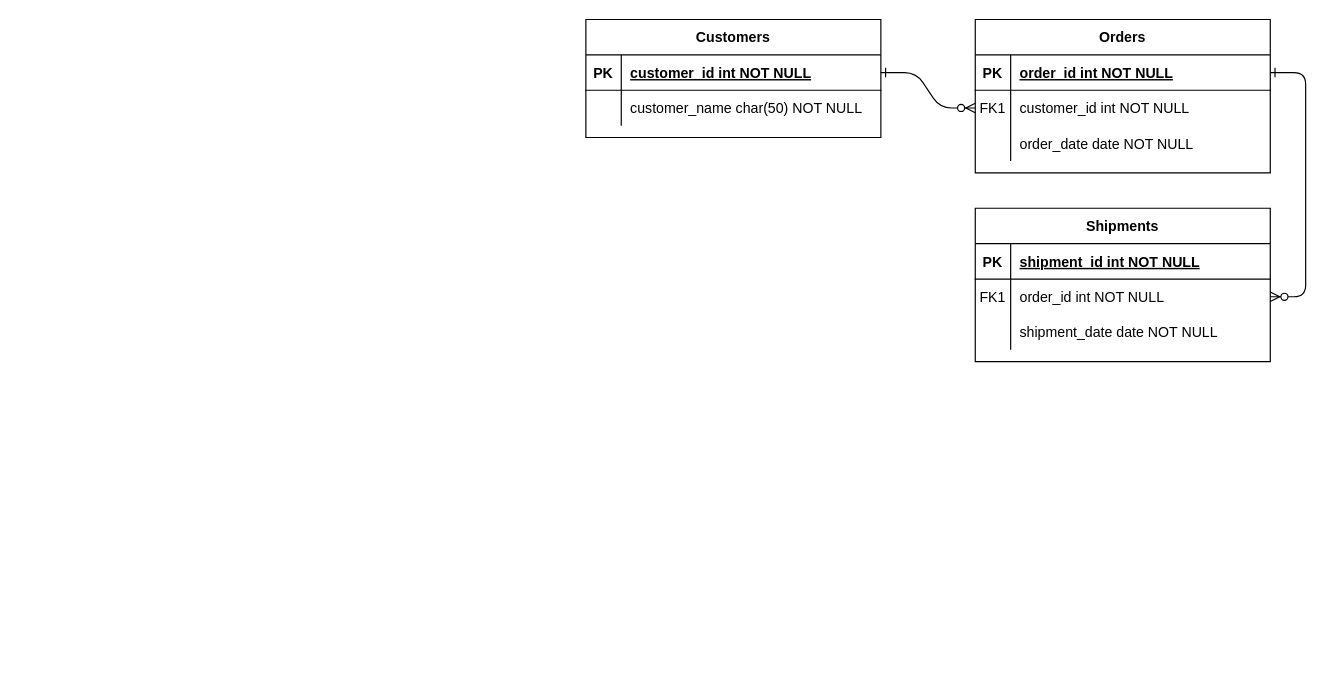
This is Untitled Diagram.drawio from Bhuwan-web/ToDO-list, a draw.io file, before an edit. Source tidied: cells renumbered, new cells numbered last; positions are measured from the earlier drawing's top-left corner, leaving out a move shared by most shapes. Both pictures are drawn from the tidied source at 118%, with x=0, y=0 at pixel (585, 19).
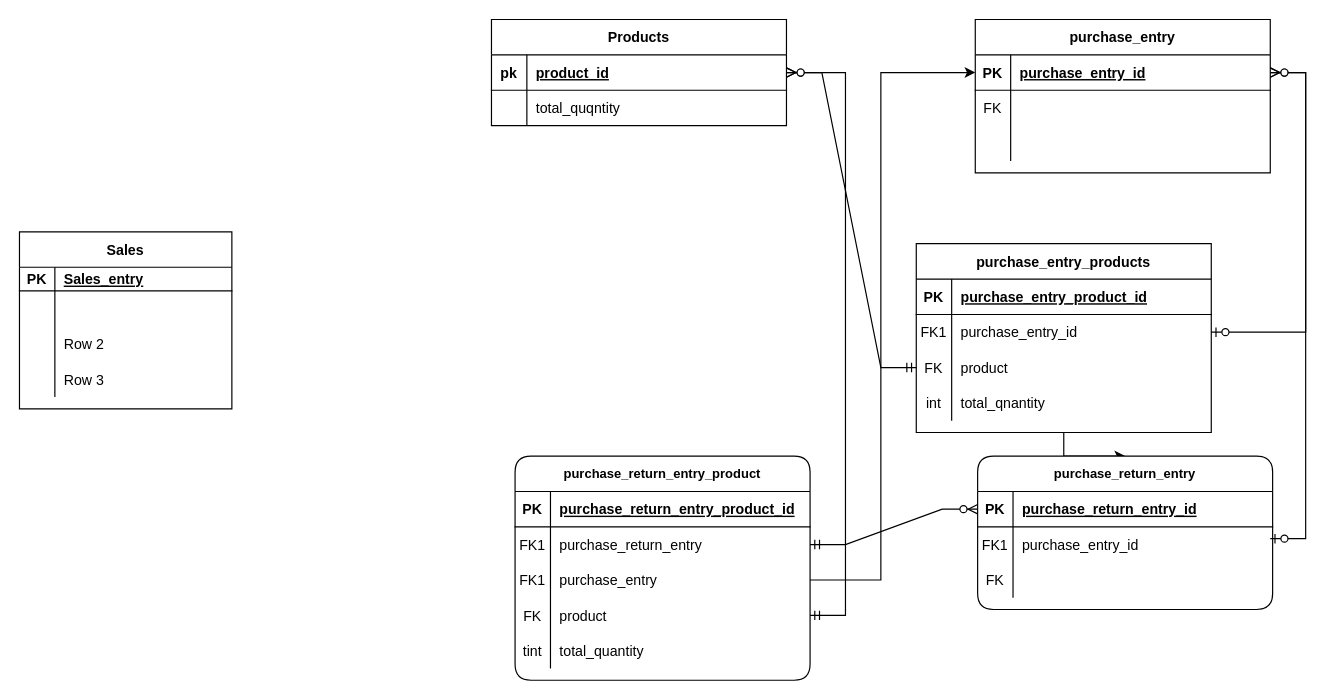
After the change.

Unchanged cells that the change refers to:
```xml
<mxCell id="5" style="shape=partialRectangle;fillColor=none;points=[[0,0.5],[1,0.5]];portConstraint=eastwest;top=0;left=0;right=0;bottom=1;" parent="4" vertex="1">
  <mxGeometry y="30" width="250" height="30" as="geometry" />
</mxCell>
<mxCell id="8" style="shape=partialRectangle;fillColor=none;points=[[0,0.5],[1,0.5]];portConstraint=eastwest;top=0;left=0;right=0;bottom=0;" parent="4" vertex="1">
  <mxGeometry y="60" width="250" height="30" as="geometry" />
</mxCell>
<mxCell id="11" style="shape=partialRectangle;fillColor=none;top=0;left=0;right=0;bottom=0;" parent="4" vertex="1">
  <mxGeometry y="90" width="250" height="30" as="geometry" />
</mxCell>
<mxCell id="15" style="shape=partialRectangle;fillColor=none;top=0;left=0;right=0;bottom=1;" parent="14" vertex="1">
  <mxGeometry y="30" width="250" height="30" as="geometry" />
</mxCell>
<mxCell id="18" style="shape=partialRectangle;fillColor=none;points=[[0,0.5],[1,0.5]];portConstraint=eastwest;top=0;left=0;right=0;bottom=0;" parent="14" vertex="1">
  <mxGeometry y="60" width="250" height="30" as="geometry" />
</mxCell>
<mxCell id="21" style="shape=partialRectangle;fillColor=none;points=[[0,0.5],[1,0.5]];portConstraint=eastwest;top=0;left=0;right=0;bottom=0;" parent="14" vertex="1">
  <mxGeometry y="90" width="250" height="30" as="geometry" />
</mxCell>
<mxCell id="25" style="shape=partialRectangle;fillColor=none;points=[[0,0.5],[1,0.5]];portConstraint=eastwest;top=0;left=0;right=0;bottom=1;" parent="24" vertex="1">
  <mxGeometry y="30" width="250" height="30" as="geometry" />
</mxCell>
<mxCell id="28" style="shape=partialRectangle;fillColor=none;top=0;left=0;right=0;bottom=0;" parent="24" vertex="1">
  <mxGeometry y="60" width="250" height="30" as="geometry" />
</mxCell>
```

Diff of the diagram source:
```diff
@@
-    <mxCell id="2" style="edgeStyle=entityRelationEdgeStyle;endArrow=ERzeroToMany;startArrow=ERone;endFill=1;startFill=0;" parent="1" edge="1" source="25" target="8">
-      <mxGeometry relative="1" as="geometry" />
-    </mxCell>
-    <mxCell id="3" style="edgeStyle=entityRelationEdgeStyle;endArrow=ERzeroToMany;startArrow=ERone;endFill=1;startFill=0;" parent="1" edge="1" source="5" target="18">
-      <mxGeometry relative="1" as="geometry" />
-    </mxCell>
-    <mxCell id="4" value="Orders" style="shape=table;startSize=30;childLayout=tableLayout;rowLines=0;fontStyle=1;align=center;" parent="1" vertex="1">
+    <mxCell id="4" value="purchase_entry" style="shape=table;startSize=30;childLayout=tableLayout;rowLines=0;fontStyle=1;align=center;fillColor=none;" parent="1" vertex="1">
       <mxGeometry x="330" width="250" height="130" as="geometry" />
     </mxCell>
@@
-    <mxCell id="7" value="order_id int NOT NULL " style="shape=partialRectangle;overflow=hidden;fillColor=none;top=0;left=0;bottom=0;right=0;align=left;spacingLeft=6;fontStyle=5;" parent="5" vertex="1">
+    <mxCell id="7" value="purchase_entry_id" style="shape=partialRectangle;overflow=hidden;fillColor=none;top=0;left=0;bottom=0;right=0;align=left;spacingLeft=6;fontStyle=5;" parent="5" vertex="1">
       <mxGeometry x="30" width="220" height="30" as="geometry" />
     </mxCell>
@@
-    <mxCell id="9" value="FK1" style="shape=partialRectangle;overflow=hidden;fillColor=none;top=0;left=0;bottom=0;right=0;" parent="8" vertex="1">
+    <mxCell id="9" value="FK" style="shape=partialRectangle;overflow=hidden;fillColor=none;top=0;left=0;bottom=0;right=0;" parent="8" vertex="1">
       <mxGeometry width="30" height="30" as="geometry" />
     </mxCell>
-    <mxCell id="10" value="customer_id int NOT NULL" style="shape=partialRectangle;overflow=hidden;fillColor=none;top=0;left=0;bottom=0;right=0;align=left;spacingLeft=6;" parent="8" vertex="1">
+    <mxCell id="10" style="shape=partialRectangle;overflow=hidden;fillColor=none;top=0;left=0;bottom=0;right=0;align=left;spacingLeft=6;" parent="8" vertex="1">
       <mxGeometry x="30" width="220" height="30" as="geometry" />
     </mxCell>
@@
-    <mxCell id="13" value="order_date date NOT NULL" style="shape=partialRectangle;overflow=hidden;fillColor=none;top=0;left=0;bottom=0;right=0;align=left;spacingLeft=6;" parent="11" vertex="1">
+    <mxCell id="13" style="shape=partialRectangle;overflow=hidden;fillColor=none;top=0;left=0;bottom=0;right=0;align=left;spacingLeft=6;" parent="11" vertex="1">
       <mxGeometry x="30" width="220" height="30" as="geometry" />
     </mxCell>
+    <mxCell id="31" style="edgeStyle=orthogonalEdgeStyle;rounded=0;jettySize=auto;html=1;" parent="1" edge="1" source="14" target="35">
+      <mxGeometry relative="1" as="geometry" />
+    </mxCell>
-    <mxCell id="14" value="Shipments" style="shape=table;startSize=30;childLayout=tableLayout;rowLines=0;fontStyle=1;align=center;" parent="1" vertex="1">
-      <mxGeometry x="330" y="160" width="250" height="130" as="geometry" />
+    <mxCell id="14" value="purchase_entry_products" style="shape=table;startSize=30;childLayout=tableLayout;rowLines=0;fontStyle=1;align=center;" parent="1" vertex="1">
+      <mxGeometry x="280" y="190" width="250" height="160" as="geometry" />
     </mxCell>
@@
-    <mxCell id="17" value="shipment_id int NOT NULL " style="shape=partialRectangle;overflow=hidden;fillColor=none;top=0;left=0;bottom=0;right=0;align=left;spacingLeft=6;fontStyle=5;" parent="15" vertex="1">
+    <mxCell id="17" value="purchase_entry_product_id" style="shape=partialRectangle;overflow=hidden;fillColor=none;top=0;left=0;bottom=0;right=0;align=left;spacingLeft=6;fontStyle=5;" parent="15" vertex="1">
       <mxGeometry x="30" width="220" height="30" as="geometry" />
     </mxCell>
@@
-    <mxCell id="20" value="order_id int NOT NULL" style="shape=partialRectangle;overflow=hidden;fillColor=none;top=0;left=0;bottom=0;right=0;align=left;spacingLeft=6;" parent="18" vertex="1">
+    <mxCell id="20" value="purchase_entry_id" style="shape=partialRectangle;overflow=hidden;fillColor=none;top=0;left=0;bottom=0;right=0;align=left;spacingLeft=6;" parent="18" vertex="1">
       <mxGeometry x="30" width="220" height="30" as="geometry" />
     </mxCell>
@@
-    <mxCell id="22" style="shape=partialRectangle;overflow=hidden;fillColor=none;top=0;left=0;bottom=0;right=0;" parent="21" vertex="1">
+    <mxCell id="22" value="FK" style="shape=partialRectangle;overflow=hidden;fillColor=none;top=0;left=0;bottom=0;right=0;" parent="21" vertex="1">
       <mxGeometry width="30" height="30" as="geometry" />
     </mxCell>
-    <mxCell id="23" value="shipment_date date NOT NULL" style="shape=partialRectangle;overflow=hidden;fillColor=none;top=0;left=0;bottom=0;right=0;align=left;spacingLeft=6;" parent="21" vertex="1">
+    <mxCell id="23" value="product" style="shape=partialRectangle;overflow=hidden;fillColor=none;top=0;left=0;bottom=0;right=0;align=left;spacingLeft=6;" parent="21" vertex="1">
       <mxGeometry x="30" width="220" height="30" as="geometry" />
     </mxCell>
+    <mxCell id="32" style="shape=partialRectangle;fillColor=none;top=0;left=0;right=0;bottom=0;" parent="14" vertex="1">
+      <mxGeometry y="120" width="250" height="30" as="geometry" />
+    </mxCell>
+    <mxCell id="33" value="int" style="shape=partialRectangle;overflow=hidden;fillColor=none;top=0;left=0;bottom=0;right=0;" parent="32" vertex="1">
+      <mxGeometry width="30" height="30" as="geometry" />
+    </mxCell>
+    <mxCell id="34" value="total_qnantity" style="shape=partialRectangle;overflow=hidden;fillColor=none;top=0;left=0;bottom=0;right=0;align=left;spacingLeft=6;" parent="32" vertex="1">
+      <mxGeometry x="30" width="220" height="30" as="geometry" />
+    </mxCell>
-    <mxCell id="24" value="Customers" style="shape=table;startSize=30;childLayout=tableLayout;rowLines=0;fontStyle=1;align=center;" parent="1" vertex="1">
-      <mxGeometry width="250" height="100" as="geometry" />
+    <mxCell id="24" value="Products" style="shape=table;startSize=30;childLayout=tableLayout;rowLines=0;fontStyle=1;align=center;" parent="1" vertex="1">
+      <mxGeometry x="-80" width="250" height="90" as="geometry" />
     </mxCell>
@@
-    <mxCell id="26" value="PK" style="shape=partialRectangle;overflow=hidden;fillColor=none;top=0;left=0;bottom=0;right=0;fontStyle=1;" parent="25" vertex="1">
+    <mxCell id="26" value="pk" style="shape=partialRectangle;overflow=hidden;fillColor=none;top=0;left=0;bottom=0;right=0;fontStyle=1;" parent="25" vertex="1">
       <mxGeometry width="30" height="30" as="geometry" />
     </mxCell>
-    <mxCell id="27" value="customer_id int NOT NULL " style="shape=partialRectangle;overflow=hidden;fillColor=none;top=0;left=0;bottom=0;right=0;align=left;spacingLeft=6;fontStyle=5;" parent="25" vertex="1">
+    <mxCell id="27" value="product_id" style="shape=partialRectangle;overflow=hidden;fillColor=none;top=0;left=0;bottom=0;right=0;align=left;spacingLeft=6;fontStyle=5;" parent="25" vertex="1">
       <mxGeometry x="30" width="220" height="30" as="geometry" />
     </mxCell>
@@
-    <mxCell id="30" value="customer_name char(50) NOT NULL" style="shape=partialRectangle;overflow=hidden;fillColor=none;top=0;left=0;bottom=0;right=0;align=left;spacingLeft=6;" parent="28" vertex="1">
+    <mxCell id="30" value="total_quqntity" style="shape=partialRectangle;overflow=hidden;fillColor=none;top=0;left=0;bottom=0;right=0;align=left;spacingLeft=6;" parent="28" vertex="1">
       <mxGeometry x="30" width="220" height="30" as="geometry" />
     </mxCell>
+    <mxCell id="35" value="purchase_return_entry" style="shape=table;startSize=30;childLayout=tableLayout;rowLines=0;fontStyle=1;align=center;labelBackgroundColor=default;endArrow=ERzeroToMany;fontSize=11;rounded=1;startArrow=ERone;endFill=1;startFill=0;" parent="1" vertex="1">
+      <mxGeometry x="332" y="370" width="250" height="130" as="geometry" />
+    </mxCell>
+    <mxCell id="36" style="shape=partialRectangle;fillColor=none;points=[[0,0.5],[1,0.5]];portConstraint=eastwest;top=0;left=0;right=0;bottom=1;" parent="35" vertex="1">
+      <mxGeometry y="30" width="250" height="30" as="geometry" />
+    </mxCell>
+    <mxCell id="37" value="PK" style="shape=partialRectangle;overflow=hidden;fillColor=none;top=0;left=0;bottom=0;right=0;fontStyle=1;" parent="36" vertex="1">
+      <mxGeometry width="30" height="30" as="geometry" />
+    </mxCell>
+    <mxCell id="38" value="purchase_return_entry_id" style="shape=partialRectangle;overflow=hidden;fillColor=none;top=0;left=0;bottom=0;right=0;align=left;spacingLeft=6;fontStyle=5;" parent="36" vertex="1">
+      <mxGeometry x="30" width="220" height="30" as="geometry" />
+    </mxCell>
+    <mxCell id="39" style="shape=partialRectangle;fillColor=none;top=0;left=0;right=0;bottom=0;" parent="35" vertex="1">
+      <mxGeometry y="60" width="250" height="30" as="geometry" />
+    </mxCell>
+    <mxCell id="40" value="FK1" style="shape=partialRectangle;overflow=hidden;fillColor=none;top=0;left=0;bottom=0;right=0;" parent="39" vertex="1">
+      <mxGeometry width="30" height="30" as="geometry" />
+    </mxCell>
+    <mxCell id="41" value="purchase_entry_id" style="shape=partialRectangle;overflow=hidden;fillColor=none;top=0;left=0;bottom=0;right=0;align=left;spacingLeft=6;" parent="39" vertex="1">
+      <mxGeometry x="30" width="220" height="30" as="geometry" />
+    </mxCell>
+    <mxCell id="42" style="shape=partialRectangle;fillColor=none;top=0;left=0;right=0;bottom=0;" parent="35" vertex="1">
+      <mxGeometry y="90" width="250" height="30" as="geometry" />
+    </mxCell>
+    <mxCell id="43" value="FK" style="shape=partialRectangle;overflow=hidden;fillColor=none;top=0;left=0;bottom=0;right=0;" parent="42" vertex="1">
+      <mxGeometry width="30" height="30" as="geometry" />
+    </mxCell>
+    <mxCell id="44" style="shape=partialRectangle;overflow=hidden;fillColor=none;top=0;left=0;bottom=0;right=0;align=left;spacingLeft=6;" parent="42" vertex="1">
+      <mxGeometry x="30" width="220" height="30" as="geometry" />
+    </mxCell>
+    <mxCell id="45" value="purchase_return_entry_product" style="shape=table;startSize=30;childLayout=tableLayout;rowLines=0;fontStyle=1;align=center;labelBackgroundColor=default;endArrow=ERzeroToMany;fontSize=11;rounded=1;startArrow=ERone;endFill=1;startFill=0;" parent="1" vertex="1">
+      <mxGeometry x="-60" y="370" width="250" height="190" as="geometry" />
+    </mxCell>
+    <mxCell id="46" style="shape=partialRectangle;fillColor=none;top=0;left=0;right=0;bottom=1;" parent="45" vertex="1">
+      <mxGeometry y="30" width="250" height="30" as="geometry" />
+    </mxCell>
+    <mxCell id="47" value="PK" style="shape=partialRectangle;overflow=hidden;fillColor=none;top=0;left=0;bottom=0;right=0;fontStyle=1;" parent="46" vertex="1">
+      <mxGeometry width="30" height="30" as="geometry" />
+    </mxCell>
+    <mxCell id="48" value="purchase_return_entry_product_id" style="shape=partialRectangle;overflow=hidden;fillColor=none;top=0;left=0;bottom=0;right=0;align=left;spacingLeft=6;fontStyle=5;" parent="46" vertex="1">
+      <mxGeometry x="30" width="220" height="30" as="geometry" />
+    </mxCell>
+    <mxCell id="49" style="shape=partialRectangle;fillColor=none;points=[[0,0.5],[1,0.5]];portConstraint=eastwest;top=0;left=0;right=0;bottom=0;" parent="45" vertex="1">
+      <mxGeometry y="60" width="250" height="30" as="geometry" />
+    </mxCell>
+    <mxCell id="50" value="FK1" style="shape=partialRectangle;overflow=hidden;fillColor=none;top=0;left=0;bottom=0;right=0;" parent="49" vertex="1">
+      <mxGeometry width="30" height="30" as="geometry" />
+    </mxCell>
+    <mxCell id="51" value="purchase_return_entry" style="shape=partialRectangle;overflow=hidden;fillColor=none;top=0;left=0;bottom=0;right=0;align=left;spacingLeft=6;" parent="49" vertex="1">
+      <mxGeometry x="30" width="220" height="30" as="geometry" />
+    </mxCell>
+    <mxCell id="52" style="shape=partialRectangle;fillColor=none;points=[[0,0.5],[1,0.5]];portConstraint=eastwest;top=0;left=0;right=0;bottom=0;" parent="45" vertex="1">
+      <mxGeometry y="90" width="250" height="30" as="geometry" />
+    </mxCell>
+    <mxCell id="53" value="FK1" style="shape=partialRectangle;overflow=hidden;fillColor=none;top=0;left=0;bottom=0;right=0;" parent="52" vertex="1">
+      <mxGeometry width="30" height="30" as="geometry" />
+    </mxCell>
+    <mxCell id="54" value="purchase_entry" style="shape=partialRectangle;overflow=hidden;fillColor=none;top=0;left=0;bottom=0;right=0;align=left;spacingLeft=6;" parent="52" vertex="1">
+      <mxGeometry x="30" width="220" height="30" as="geometry" />
+    </mxCell>
+    <mxCell id="55" style="shape=partialRectangle;fillColor=none;points=[[0,0.5],[1,0.5]];portConstraint=eastwest;top=0;left=0;right=0;bottom=0;" parent="45" vertex="1">
+      <mxGeometry y="120" width="250" height="30" as="geometry" />
+    </mxCell>
+    <mxCell id="56" value="FK" style="shape=partialRectangle;overflow=hidden;fillColor=none;top=0;left=0;bottom=0;right=0;" parent="55" vertex="1">
+      <mxGeometry width="30" height="30" as="geometry" />
+    </mxCell>
+    <mxCell id="57" value="product" style="shape=partialRectangle;overflow=hidden;fillColor=none;top=0;left=0;bottom=0;right=0;align=left;spacingLeft=6;" parent="55" vertex="1">
+      <mxGeometry x="30" width="220" height="30" as="geometry" />
+    </mxCell>
+    <mxCell id="58" style="shape=partialRectangle;fillColor=none;top=0;left=0;right=0;bottom=0;" parent="45" vertex="1">
+      <mxGeometry y="150" width="250" height="30" as="geometry" />
+    </mxCell>
+    <mxCell id="59" value="tint" style="shape=partialRectangle;overflow=hidden;fillColor=none;top=0;left=0;bottom=0;right=0;" parent="58" vertex="1">
+      <mxGeometry width="30" height="30" as="geometry" />
+    </mxCell>
+    <mxCell id="60" value="total_quantity" style="shape=partialRectangle;overflow=hidden;fillColor=none;top=0;left=0;bottom=0;right=0;align=left;spacingLeft=6;" parent="58" vertex="1">
+      <mxGeometry x="30" width="220" height="30" as="geometry" />
+    </mxCell>
+    <mxCell id="61" style="edgeStyle=orthogonalEdgeStyle;rounded=0;jettySize=auto;html=1;entryX=0;entryY=0.5;entryDx=0;entryDy=0;" parent="1" edge="1" source="52" target="5">
+      <mxGeometry relative="1" as="geometry">
+        <Array as="points">
+          <mxPoint x="250" y="45" />
+        </Array>
+      </mxGeometry>
+    </mxCell>
+    <mxCell id="62" style="edgeStyle=entityRelationEdgeStyle;fontSize=12;html=1;endArrow=ERzeroToMany;startArrow=ERmandOne;rounded=0;" parent="1" edge="1" source="55" target="25">
+      <mxGeometry relative="1" as="geometry" />
+    </mxCell>
+    <mxCell id="63" style="edgeStyle=entityRelationEdgeStyle;fontSize=12;html=1;endArrow=ERzeroToMany;startArrow=ERzeroToOne;rounded=0;shadow=0;sketch=0;entryX=1;entryY=0.5;entryDx=0;entryDy=0;" parent="1" edge="1" target="5">
+      <mxGeometry relative="1" as="geometry">
+        <mxPoint x="580" y="440" as="sourcePoint" />
+      </mxGeometry>
+    </mxCell>
+    <mxCell id="64" style="edgeStyle=entityRelationEdgeStyle;fontSize=12;html=1;endArrow=ERzeroToMany;startArrow=ERzeroToOne;rounded=0;shadow=0;sketch=0;exitX=1;exitY=0.5;exitDx=0;exitDy=0;" parent="1" edge="1" source="18" target="5">
+      <mxGeometry relative="1" as="geometry" />
+    </mxCell>
+    <mxCell id="65" style="edgeStyle=entityRelationEdgeStyle;fontSize=12;html=1;endArrow=ERzeroToMany;startArrow=ERmandOne;rounded=0;shadow=0;sketch=0;exitX=0;exitY=0.5;exitDx=0;exitDy=0;" parent="1" edge="1" source="21" target="25">
+      <mxGeometry relative="1" as="geometry" />
+    </mxCell>
+    <mxCell id="66" style="edgeStyle=entityRelationEdgeStyle;fontSize=12;html=1;endArrow=ERzeroToMany;startArrow=ERmandOne;rounded=0;shadow=0;sketch=0;" parent="1" edge="1" source="49" target="36">
+      <mxGeometry relative="1" as="geometry" />
+    </mxCell>
+    <mxCell id="67" value="Sales" style="shape=table;startSize=30;childLayout=tableLayout;rowLines=0;fontStyle=1;align=center;" parent="1" vertex="1">
+      <mxGeometry x="-480" y="180" width="180" height="150" as="geometry" />
+    </mxCell>
+    <mxCell id="68" style="shape=tableRow;horizontal=0;startSize=0;swimlaneHead=0;swimlaneBody=0;fillColor=none;top=0;left=0;right=0;bottom=1;" parent="67" vertex="1">
+      <mxGeometry y="30" width="180" height="20" as="geometry" />
+    </mxCell>
+    <mxCell id="69" value="PK" style="shape=partialRectangle;fillColor=none;top=0;left=0;bottom=0;right=0;fontStyle=1;overflow=hidden;" parent="68" vertex="1">
+      <mxGeometry width="30" height="20" as="geometry" />
+    </mxCell>
+    <mxCell id="70" value="Sales_entry" style="shape=partialRectangle;fillColor=none;top=0;left=0;bottom=0;right=0;align=left;spacingLeft=6;fontStyle=5;overflow=hidden;" parent="68" vertex="1">
+      <mxGeometry x="30" width="150" height="20" as="geometry" />
+    </mxCell>
+    <mxCell id="71" style="shape=tableRow;horizontal=0;startSize=0;swimlaneHead=0;swimlaneBody=0;fillColor=none;top=0;left=0;right=0;bottom=0;" parent="67" vertex="1">
+      <mxGeometry y="50" width="180" height="30" as="geometry" />
+    </mxCell>
+    <mxCell id="72" style="shape=partialRectangle;fillColor=none;top=0;left=0;bottom=0;right=0;overflow=hidden;" parent="71" vertex="1">
+      <mxGeometry width="30" height="30" as="geometry" />
+    </mxCell>
+    <mxCell id="73" style="shape=partialRectangle;fillColor=none;top=0;left=0;bottom=0;right=0;align=left;spacingLeft=6;overflow=hidden;" parent="71" vertex="1">
+      <mxGeometry x="30" width="150" height="30" as="geometry" />
+    </mxCell>
+    <mxCell id="74" style="shape=tableRow;horizontal=0;startSize=0;swimlaneHead=0;swimlaneBody=0;fillColor=none;top=0;left=0;right=0;bottom=0;" parent="67" vertex="1">
+      <mxGeometry y="80" width="180" height="30" as="geometry" />
+    </mxCell>
+    <mxCell id="75" style="shape=partialRectangle;fillColor=none;top=0;left=0;bottom=0;right=0;overflow=hidden;" parent="74" vertex="1">
+      <mxGeometry width="30" height="30" as="geometry" />
+    </mxCell>
+    <mxCell id="76" value="Row 2" style="shape=partialRectangle;fillColor=none;top=0;left=0;bottom=0;right=0;align=left;spacingLeft=6;overflow=hidden;" parent="74" vertex="1">
+      <mxGeometry x="30" width="150" height="30" as="geometry" />
+    </mxCell>
+    <mxCell id="77" style="shape=tableRow;horizontal=0;startSize=0;swimlaneHead=0;swimlaneBody=0;fillColor=none;top=0;left=0;right=0;bottom=0;" parent="67" vertex="1">
+      <mxGeometry y="110" width="180" height="30" as="geometry" />
+    </mxCell>
+    <mxCell id="78" style="shape=partialRectangle;fillColor=none;top=0;left=0;bottom=0;right=0;overflow=hidden;" parent="77" vertex="1">
+      <mxGeometry width="30" height="30" as="geometry" />
+    </mxCell>
+    <mxCell id="79" value="Row 3" style="shape=partialRectangle;fillColor=none;top=0;left=0;bottom=0;right=0;align=left;spacingLeft=6;overflow=hidden;" parent="77" vertex="1">
+      <mxGeometry x="30" width="150" height="30" as="geometry" />
+    </mxCell>
```
